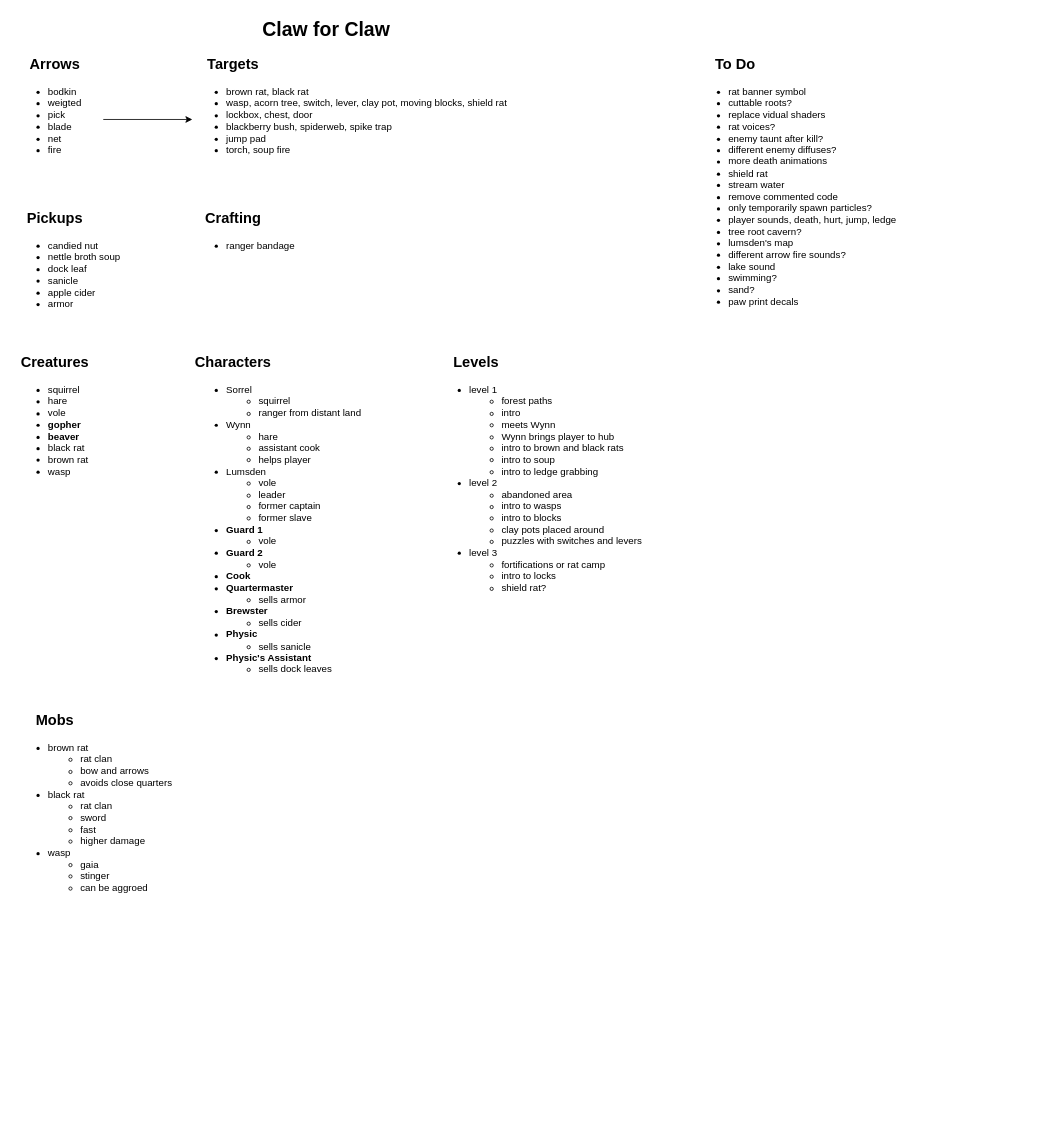
camerondedore/Godot-Project-3 keeps this draw.io diagram as Planning/design-doc.drawio. Above is the earlier version. Source tidied: cells renumbered, new cells numbered last; positions are measured from the earlier drawing's top-left corner, leaving out a move shared by most shapes. Both pictures are drawn from the tidied source at 81%, with x=0, y=0 at pixel (14, 14).
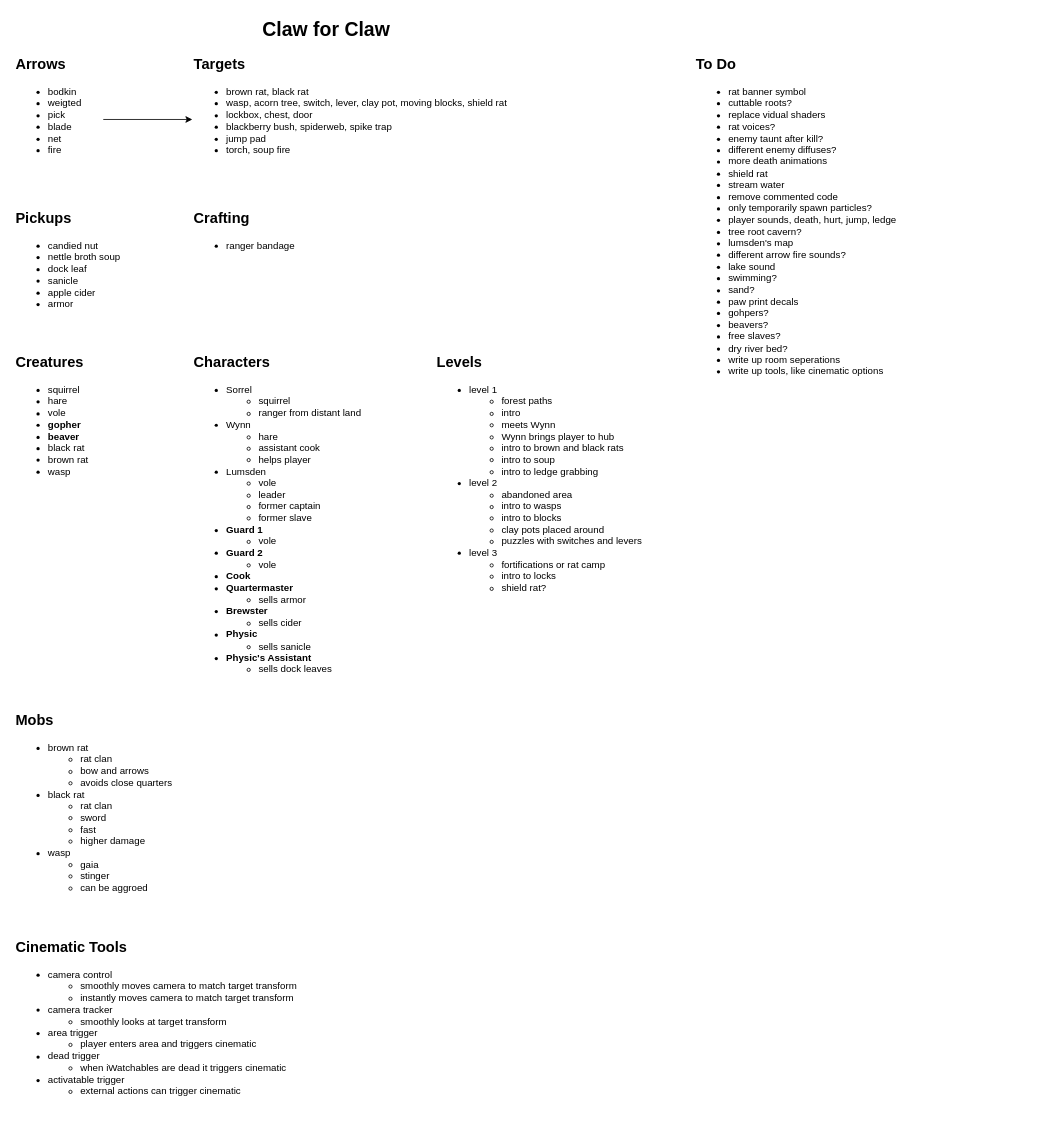
After the change.

Commit message (it also covers changes not shown here):
adding water material with no foam

Diff of the diagram source:
```diff
@@
-    <mxCell id="5" value="&lt;font style=&quot;font-size: 18px;&quot;&gt;Arrows&lt;/font&gt;" style="text;strokeColor=none;fillColor=none;html=1;fontSize=24;fontStyle=1;verticalAlign=middle;align=center;" parent="1" vertex="1">
+    <mxCell id="5" value="&lt;font style=&quot;font-size: 18px;&quot;&gt;Arrows&lt;/font&gt;" style="text;strokeColor=none;fillColor=none;html=1;fontSize=24;fontStyle=1;verticalAlign=middle;align=left;" parent="1" vertex="1">
       <mxGeometry y="40" width="100" height="40" as="geometry" />
     </mxCell>
-    <mxCell id="6" value="&lt;font style=&quot;font-size: 18px;&quot;&gt;Targets&lt;/font&gt;" style="text;strokeColor=none;fillColor=none;html=1;fontSize=24;fontStyle=1;verticalAlign=middle;align=center;" parent="1" vertex="1">
+    <mxCell id="6" value="&lt;font style=&quot;font-size: 18px;&quot;&gt;Targets&lt;/font&gt;" style="text;strokeColor=none;fillColor=none;html=1;fontSize=24;fontStyle=1;verticalAlign=middle;align=left;" parent="1" vertex="1">
       <mxGeometry x="220" y="40" width="100" height="40" as="geometry" />
     </mxCell>
@@
-    <mxCell id="8" value="&lt;font style=&quot;font-size: 18px;&quot;&gt;Pickups&lt;/font&gt;" style="text;strokeColor=none;fillColor=none;html=1;fontSize=24;fontStyle=1;verticalAlign=middle;align=center;" parent="1" vertex="1">
+    <mxCell id="8" value="&lt;font style=&quot;font-size: 18px;&quot;&gt;Pickups&lt;/font&gt;" style="text;strokeColor=none;fillColor=none;html=1;fontSize=24;fontStyle=1;verticalAlign=middle;align=left;" parent="1" vertex="1">
       <mxGeometry y="230" width="100" height="40" as="geometry" />
     </mxCell>
@@
-    <mxCell id="11" value="&lt;font style=&quot;font-size: 18px;&quot;&gt;Crafting&lt;/font&gt;" style="text;strokeColor=none;fillColor=none;html=1;fontSize=24;fontStyle=1;verticalAlign=middle;align=center;" parent="1" vertex="1">
+    <mxCell id="11" value="&lt;font style=&quot;font-size: 18px;&quot;&gt;Crafting&lt;/font&gt;" style="text;strokeColor=none;fillColor=none;html=1;fontSize=24;fontStyle=1;verticalAlign=middle;align=left;" parent="1" vertex="1">
       <mxGeometry x="220" y="230" width="100" height="40" as="geometry" />
     </mxCell>
@@
-    <mxCell id="13" value="&lt;font style=&quot;font-size: 18px;&quot;&gt;Creatures&lt;/font&gt;" style="text;strokeColor=none;fillColor=none;html=1;fontSize=24;fontStyle=1;verticalAlign=middle;align=center;" parent="1" vertex="1">
+    <mxCell id="13" value="&lt;font style=&quot;font-size: 18px;&quot;&gt;Creatures&lt;/font&gt;" style="text;strokeColor=none;fillColor=none;html=1;fontSize=24;fontStyle=1;verticalAlign=middle;align=left;" parent="1" vertex="1">
       <mxGeometry y="408" width="100" height="40" as="geometry" />
     </mxCell>
-    <mxCell id="14" value="&lt;font style=&quot;font-size: 18px;&quot;&gt;Characters&lt;/font&gt;" style="text;strokeColor=none;fillColor=none;html=1;fontSize=24;fontStyle=1;verticalAlign=middle;align=center;" parent="1" vertex="1">
+    <mxCell id="14" value="&lt;font style=&quot;font-size: 18px;&quot;&gt;Characters&lt;/font&gt;" style="text;strokeColor=none;fillColor=none;html=1;fontSize=24;fontStyle=1;verticalAlign=middle;align=left;" parent="1" vertex="1">
       <mxGeometry x="220" y="408" width="100" height="40" as="geometry" />
     </mxCell>
@@
-    <mxCell id="16" value="&lt;font style=&quot;font-size: 18px;&quot;&gt;Levels&lt;/font&gt;" style="text;strokeColor=none;fillColor=none;html=1;fontSize=24;fontStyle=1;verticalAlign=middle;align=center;" parent="1" vertex="1">
+    <mxCell id="16" value="&lt;font style=&quot;font-size: 18px;&quot;&gt;Levels&lt;/font&gt;" style="text;strokeColor=none;fillColor=none;html=1;fontSize=24;fontStyle=1;verticalAlign=middle;align=left;" parent="1" vertex="1">
       <mxGeometry x="520" y="408" width="100" height="40" as="geometry" />
     </mxCell>
@@
-    <mxCell id="18" value="&lt;font style=&quot;font-size: 18px;&quot;&gt;To Do&lt;/font&gt;" style="text;strokeColor=none;fillColor=none;html=1;fontSize=24;fontStyle=1;verticalAlign=middle;align=center;" parent="1" vertex="1">
+    <mxCell id="18" value="&lt;font style=&quot;font-size: 18px;&quot;&gt;To Do&lt;/font&gt;" style="text;strokeColor=none;fillColor=none;html=1;fontSize=24;fontStyle=1;verticalAlign=middle;align=left;" parent="1" vertex="1">
       <mxGeometry x="840" y="40" width="100" height="40" as="geometry" />
     </mxCell>
-    <mxCell id="19" value="&lt;ul&gt;&lt;li&gt;rat banner symbol&lt;/li&gt;&lt;li&gt;cuttable roots?&lt;/li&gt;&lt;li&gt;replace vidual shaders&lt;/li&gt;&lt;li&gt;rat voices?&lt;/li&gt;&lt;li&gt;enemy taunt after kill?&lt;/li&gt;&lt;li&gt;different enemy diffuses?&lt;/li&gt;&lt;li&gt;more death animations&lt;/li&gt;&lt;li&gt;shield rat&lt;/li&gt;&lt;li&gt;stream water&lt;/li&gt;&lt;li&gt;remove commented code&lt;/li&gt;&lt;li&gt;only temporarily spawn particles?&lt;/li&gt;&lt;li&gt;player sounds, death, hurt, jump, ledge&lt;/li&gt;&lt;li&gt;tree root cavern?&lt;/li&gt;&lt;li&gt;lumsden's map&lt;/li&gt;&lt;li&gt;different arrow fire sounds?&lt;/li&gt;&lt;li&gt;lake sound&lt;/li&gt;&lt;li&gt;swimming?&lt;/li&gt;&lt;li&gt;sand?&lt;/li&gt;&lt;li&gt;paw print decals&lt;/li&gt;&lt;/ul&gt;" style="text;html=1;align=left;verticalAlign=top;whiteSpace=wrap;rounded=0;" parent="1" vertex="1">
-      <mxGeometry x="840" y="70" width="420" height="120" as="geometry" />
+    <mxCell id="19" value="&lt;ul&gt;&lt;li&gt;rat banner symbol&lt;/li&gt;&lt;li&gt;cuttable roots?&lt;/li&gt;&lt;li&gt;replace vidual shaders&lt;/li&gt;&lt;li&gt;rat voices?&lt;/li&gt;&lt;li&gt;enemy taunt after kill?&lt;/li&gt;&lt;li&gt;different enemy diffuses?&lt;/li&gt;&lt;li&gt;more death animations&lt;/li&gt;&lt;li&gt;shield rat&lt;/li&gt;&lt;li&gt;stream water&lt;/li&gt;&lt;li&gt;remove commented code&lt;/li&gt;&lt;li&gt;only temporarily spawn particles?&lt;/li&gt;&lt;li&gt;player sounds, death, hurt, jump, ledge&lt;/li&gt;&lt;li&gt;tree root cavern?&lt;/li&gt;&lt;li&gt;lumsden's map&lt;/li&gt;&lt;li&gt;different arrow fire sounds?&lt;/li&gt;&lt;li&gt;lake sound&lt;/li&gt;&lt;li&gt;swimming?&lt;/li&gt;&lt;li&gt;sand?&lt;/li&gt;&lt;li&gt;paw print decals&lt;/li&gt;&lt;li&gt;gohpers?&lt;/li&gt;&lt;li&gt;beavers?&lt;/li&gt;&lt;li&gt;free slaves?&lt;/li&gt;&lt;li&gt;dry river bed?&lt;/li&gt;&lt;li&gt;write up room seperations&lt;/li&gt;&lt;li&gt;write up tools, like cinematic options&lt;/li&gt;&lt;/ul&gt;" style="text;html=1;align=left;verticalAlign=top;whiteSpace=wrap;rounded=0;" parent="1" vertex="1">
+      <mxGeometry x="840" y="70" width="420" height="440" as="geometry" />
     </mxCell>
-    <mxCell id="20" value="&lt;font style=&quot;font-size: 18px;&quot;&gt;Mobs&lt;/font&gt;" style="text;strokeColor=none;fillColor=none;html=1;fontSize=24;fontStyle=1;verticalAlign=middle;align=center;" parent="1" vertex="1">
+    <mxCell id="20" value="&lt;font style=&quot;font-size: 18px;&quot;&gt;Mobs&lt;/font&gt;" style="text;strokeColor=none;fillColor=none;html=1;fontSize=24;fontStyle=1;verticalAlign=middle;align=left;" parent="1" vertex="1">
       <mxGeometry y="850" width="100" height="40" as="geometry" />
     </mxCell>
@@
+    <mxCell id="22" value="&lt;ul&gt;&lt;li&gt;camera control&lt;/li&gt;&lt;ul&gt;&lt;li&gt;smoothly moves camera to match target transform&lt;/li&gt;&lt;li&gt;instantly moves camera to match target transform&lt;/li&gt;&lt;/ul&gt;&lt;li&gt;&lt;span style=&quot;background-color: transparent; color: light-dark(rgb(0, 0, 0), rgb(255, 255, 255));&quot;&gt;camera tracker&lt;/span&gt;&lt;br&gt;&lt;/li&gt;&lt;ul&gt;&lt;li&gt;smoothly looks at target transform&lt;/li&gt;&lt;/ul&gt;&lt;li&gt;area trigger&lt;/li&gt;&lt;ul&gt;&lt;li&gt;player enters area and triggers cinematic&lt;/li&gt;&lt;/ul&gt;&lt;li&gt;dead trigger&lt;/li&gt;&lt;ul&gt;&lt;li&gt;when iWatchables are dead it triggers cinematic&lt;/li&gt;&lt;/ul&gt;&lt;li&gt;activatable trigger&lt;/li&gt;&lt;ul&gt;&lt;li&gt;external actions can trigger cinematic&lt;/li&gt;&lt;/ul&gt;&lt;/ul&gt;" style="text;html=1;align=left;verticalAlign=top;whiteSpace=wrap;rounded=0;" parent="1" vertex="1">
+      <mxGeometry y="1160" width="370" height="220" as="geometry" />
+    </mxCell>
+    <mxCell id="23" value="&lt;font style=&quot;font-size: 18px;&quot;&gt;Cinematic Tools&lt;/font&gt;" style="text;strokeColor=none;fillColor=none;html=1;fontSize=24;fontStyle=1;verticalAlign=middle;align=left;" parent="1" vertex="1">
+      <mxGeometry y="1130" width="100" height="40" as="geometry" />
+    </mxCell>
```
